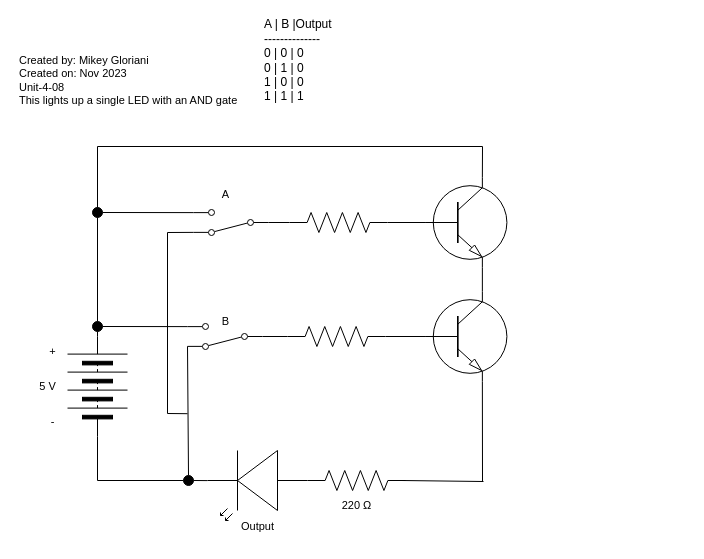
Earlier version of the draw.io diagram Unit-4-08/Unit-4-08.drawio (MikeyGloriani/TEJ3M-Unit-4). Source tidied: cells renumbered, new cells numbered last; positions are measured from the earlier drawing's top-left corner, leaving out a move shared by most shapes. Both pictures are drawn from the tidied source at 100%, with x=0, y=0 at pixel (17, 45).
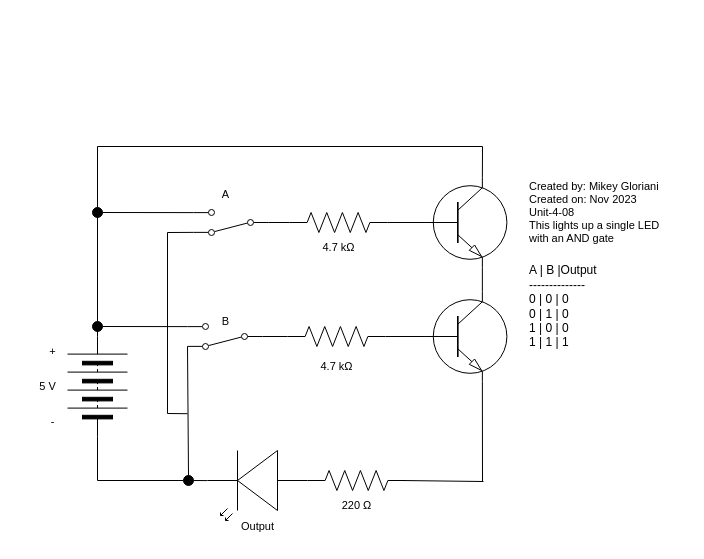
The same diagram, later.

Diff of the diagram source:
```diff
@@
-    <mxCell id="7" value="&lt;div&gt;Created by: Mikey Gloriani&lt;/div&gt;&lt;div&gt;Created on: Nov 2023&lt;/div&gt;&lt;div&gt;Unit-4-08&lt;/div&gt;&lt;div&gt;This lights up a single LED with an AND gate&lt;/div&gt;" style="text;html=1;align=left;verticalAlign=middle;strokeColor=none;fillColor=none;fontSize=11;fontFamily=Helvetica;fontColor=default;" parent="1" vertex="1">
-      <mxGeometry width="240" height="70" as="geometry" />
+    <mxCell id="7" value="&lt;div&gt;Created by: Mikey Gloriani&lt;/div&gt;&lt;div&gt;Created on: Nov 2023&lt;/div&gt;&lt;div&gt;Unit-4-08&lt;/div&gt;&lt;div&gt;This lights up a single LED&amp;nbsp;&lt;/div&gt;&lt;div&gt;with an AND gate&lt;/div&gt;" style="text;html=1;align=left;verticalAlign=middle;strokeColor=none;fillColor=none;fontSize=11;fontFamily=Helvetica;fontColor=default;" parent="1" vertex="1">
+      <mxGeometry x="510" y="127" width="160" height="80" as="geometry" />
     </mxCell>
@@
     <mxCell id="11" value="&lt;div&gt;A | B |Output&lt;/div&gt;&lt;div&gt;--------------&lt;/div&gt;&lt;div&gt;0 | 0 | 0&lt;/div&gt;&lt;div&gt;0 | 1 | 0&lt;/div&gt;&lt;div&gt;1 | 0 | 0&lt;br&gt;&lt;/div&gt;&lt;div&gt;1 | 1 | 1&lt;br&gt;&lt;/div&gt;" style="text;html=1;strokeColor=none;fillColor=none;align=left;verticalAlign=middle;whiteSpace=wrap;rounded=0;" parent="1" vertex="1">
-      <mxGeometry x="245" width="125" height="30" as="geometry" />
+      <mxGeometry x="510" y="246" width="125" height="30" as="geometry" />
     </mxCell>
@@
+    <mxCell id="40" value="4.7 kΩ" style="text;html=1;align=center;verticalAlign=middle;strokeColor=none;fillColor=none;fontSize=11;fontFamily=Helvetica;fontColor=default;" parent="1" vertex="1">
+      <mxGeometry x="289" y="306" width="60" height="30" as="geometry" />
+    </mxCell>
+    <mxCell id="41" value="4.7 kΩ" style="text;html=1;align=center;verticalAlign=middle;strokeColor=none;fillColor=none;fontSize=11;fontFamily=Helvetica;fontColor=default;" parent="1" vertex="1">
+      <mxGeometry x="291" y="187" width="60" height="30" as="geometry" />
+    </mxCell>
```
